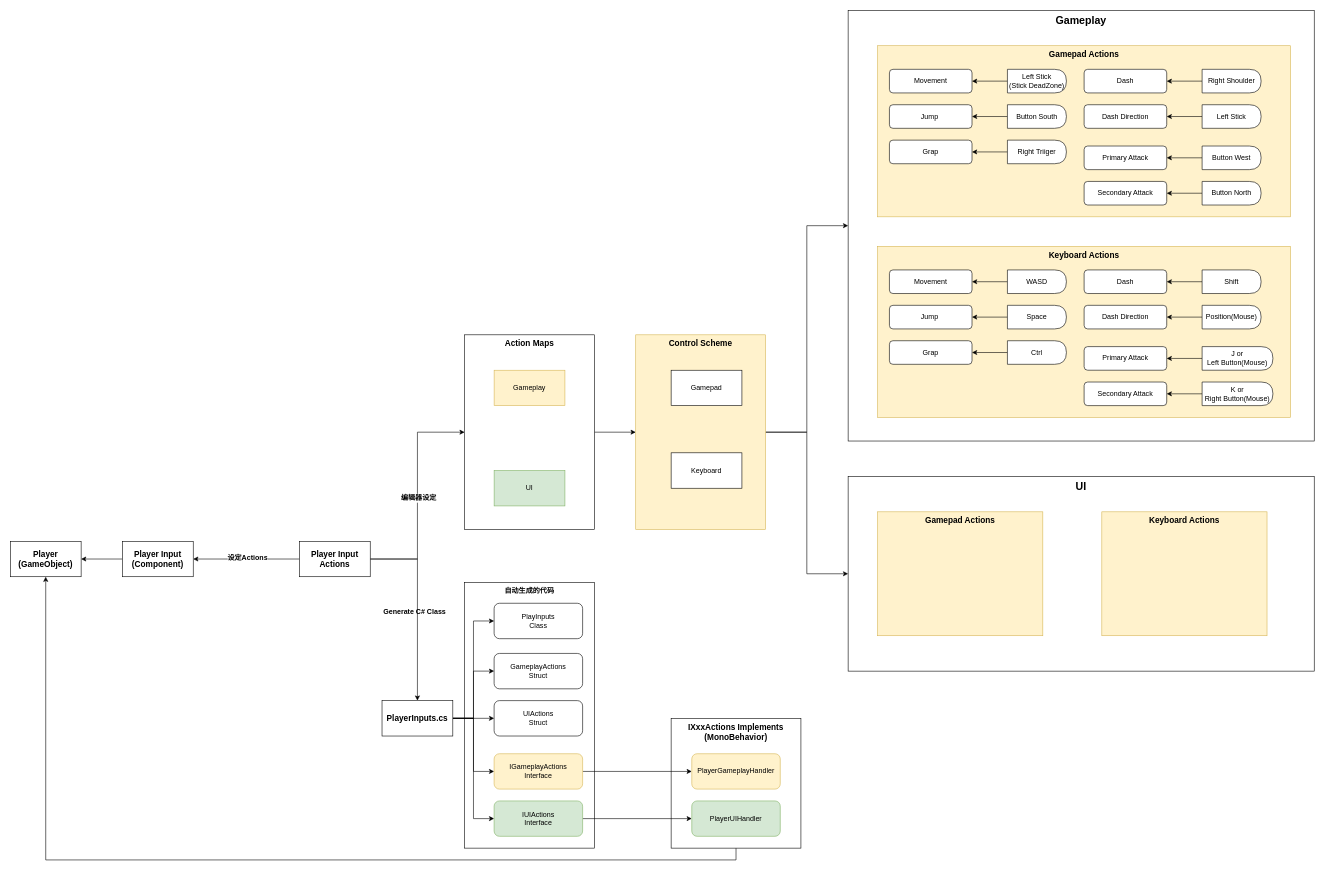
BigLazyET/unity-flow keeps this draw.io diagram as 概念/InputSystem.drawio. Above is the earlier version. Source tidied: cells renumbered, new cells numbered last; positions are measured from the earlier drawing's top-left corner, leaving out a move shared by most shapes. Both pictures are drawn from the tidied source at 59%, with x=0, y=0 at pixel (10, 10).
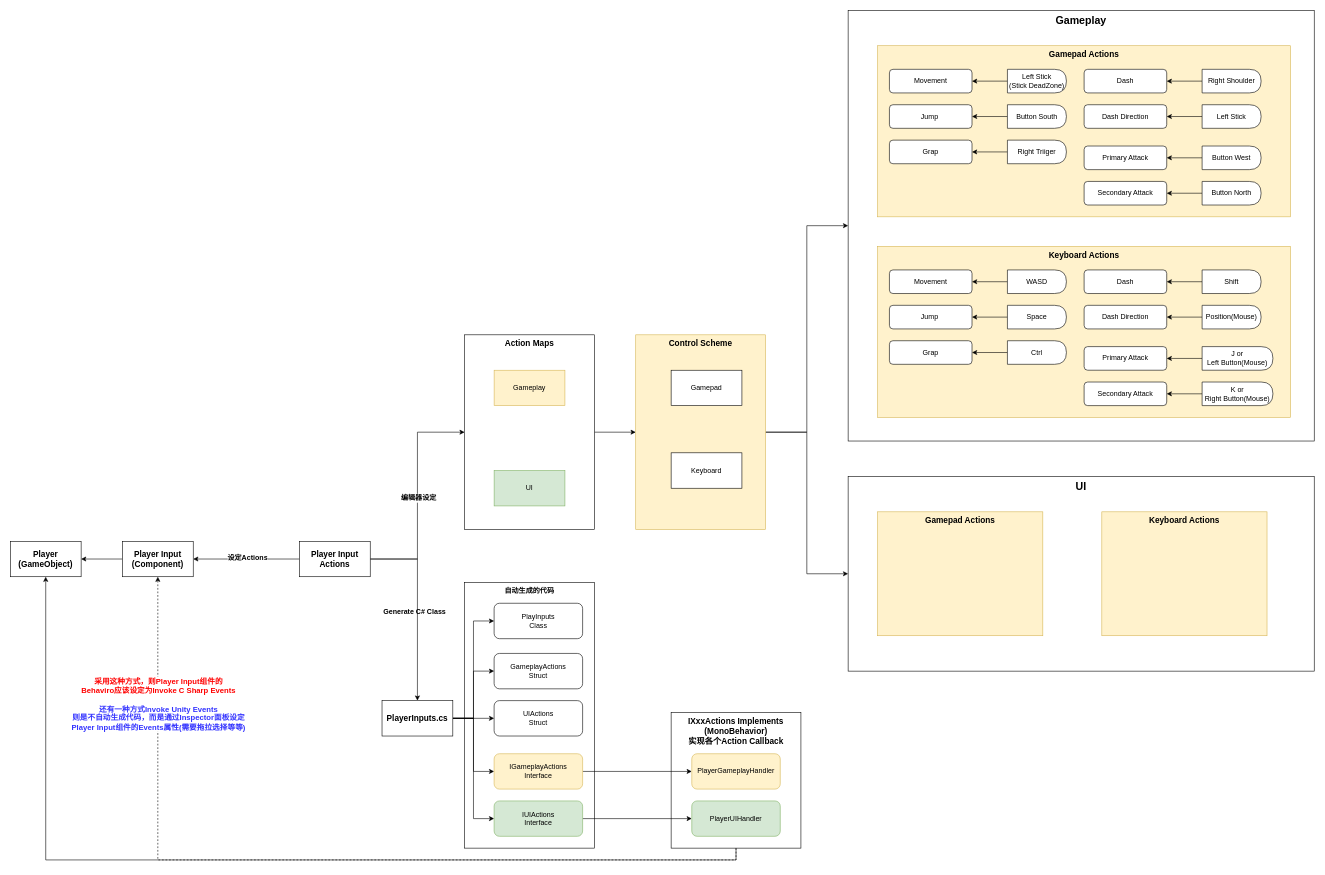
The same diagram, later.

The change refers to these unchanged cells:
```xml
<mxCell id="86" value="Player Input&lt;div&gt;(Component)&lt;/div&gt;" style="rounded=0;whiteSpace=wrap;html=1;fontStyle=1;fontSize=14;" parent="1" vertex="1">
  <mxGeometry x="190" y="900" width="120" height="60" as="geometry" />
</mxCell>
```

Change to the diagram source:
```diff
@@
+    <mxCell id="87" style="edgeStyle=orthogonalEdgeStyle;rounded=0;jettySize=auto;html=1;entryX=0.5;entryY=1;entryDx=0;entryDy=0;exitX=0.5;exitY=1;exitDx=0;exitDy=0;dashed=1;" parent="1" edge="1" source="4" target="86">
+      <mxGeometry relative="1" as="geometry" />
+    </mxCell>
+    <mxCell id="88" value="采用这种方式，则Player Input组件的&lt;div style=&quot;font-size: 13px;&quot;&gt;Behaviro应该设定为Invoke C Sharp Events&lt;/div&gt;&lt;div style=&quot;font-size: 13px;&quot;&gt;&lt;br&gt;&lt;/div&gt;&lt;div style=&quot;font-size: 13px;&quot;&gt;&lt;font color=&quot;#3333ff&quot;&gt;还有一种方式Invoke Unity Events&lt;/font&gt;&lt;/div&gt;&lt;div style=&quot;font-size: 13px;&quot;&gt;&lt;font color=&quot;#3333ff&quot;&gt;则是不自动生成代码，而是通过Inspector面板设定&lt;/font&gt;&lt;/div&gt;&lt;div style=&quot;font-size: 13px;&quot;&gt;&lt;font color=&quot;#3333ff&quot;&gt;Player Input组件的Events属性(需要拖拉选择等等)&lt;/font&gt;&lt;/div&gt;" style="edgeLabel;html=1;align=center;verticalAlign=middle;fontStyle=1;fontColor=#FF0000;fontSize=13;" parent="87" vertex="1">
+      <mxGeometry x="0.71" relative="1" as="geometry" />
+    </mxCell>
-    <mxCell id="4" value="IXxxActions Implements&lt;div&gt;(MonoBehavior)&lt;/div&gt;" style="rounded=0;whiteSpace=wrap;html=1;verticalAlign=top;fontStyle=1;fontSize=14;" parent="1" vertex="1">
-      <mxGeometry x="1120" y="1200" width="220" height="220" as="geometry" />
+    <mxCell id="4" value="IXxxActions Implements&lt;div&gt;(MonoBehavior)&lt;/div&gt;&lt;div&gt;实现各个Action Callback&lt;/div&gt;" style="rounded=0;whiteSpace=wrap;html=1;verticalAlign=top;fontStyle=1;fontSize=14;" parent="1" vertex="1">
+      <mxGeometry x="1120" y="1190" width="220" height="230" as="geometry" />
     </mxCell>
```
